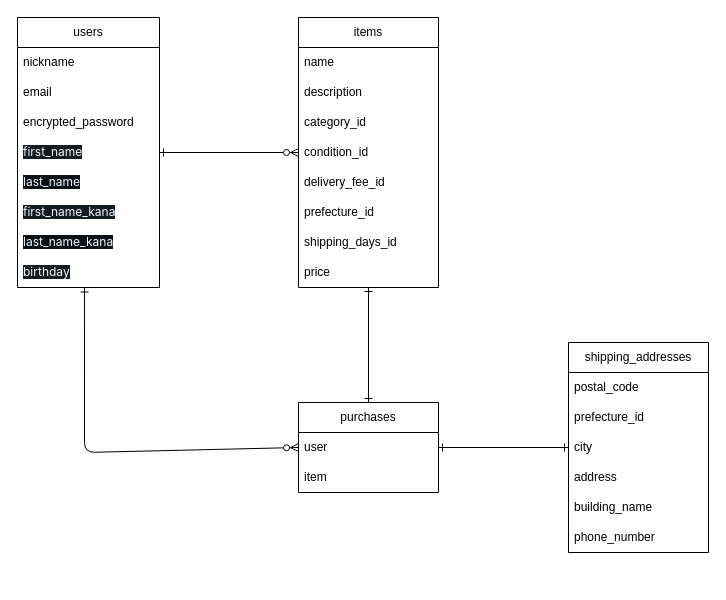
EDEN0412/furima-41959 keeps this draw.io diagram as furima.dio. Above is the earlier version. Source tidied: cells renumbered, new cells numbered last; positions are measured from the earlier drawing's top-left corner, leaving out a move shared by most shapes. Both pictures are drawn from the tidied source at 100%, with x=0, y=0 at pixel (17, 17).
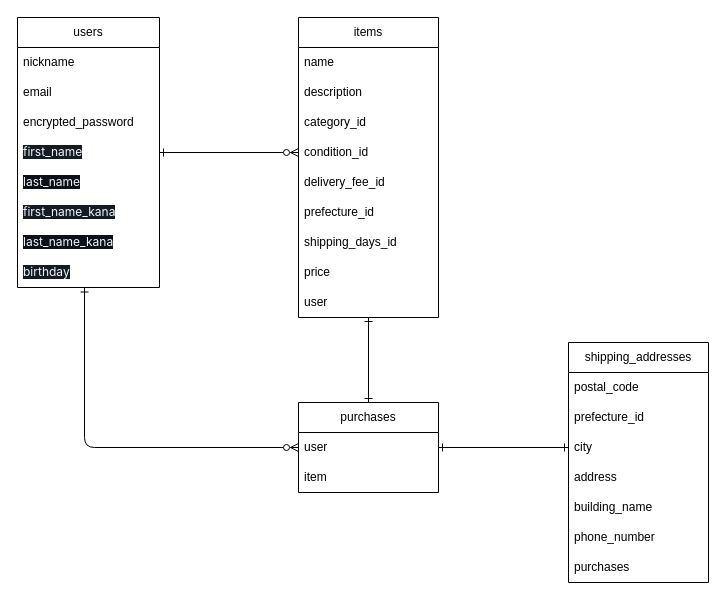
After the change.

Commit message (it also covers changes not shown here):
Update データベース設計

Unchanged cells that the change refers to:
```xml
<mxCell id="10" value="&lt;span style=&quot;color: rgb(240, 246, 252); font-family: -apple-system, &amp;quot;system-ui&amp;quot;, &amp;quot;Segoe UI&amp;quot;, &amp;quot;Noto Sans&amp;quot;, Helvetica, Arial, sans-serif, &amp;quot;Apple Color Emoji&amp;quot;, &amp;quot;Segoe UI Emoji&amp;quot;; background-color: rgb(21, 27, 35);&quot;&gt;birthday&lt;/span&gt;" style="text;strokeColor=none;fillColor=none;align=left;verticalAlign=middle;spacingLeft=4;spacingRight=4;overflow=hidden;points=[[0,0.5],[1,0.5]];portConstraint=eastwest;whiteSpace=wrap;html=1;fontSize=12;" parent="2" vertex="1">
  <mxGeometry y="240" width="142" height="30" as="geometry" />
</mxCell>
<mxCell id="19" value="price" style="text;strokeColor=none;fillColor=none;align=left;verticalAlign=middle;spacingLeft=4;spacingRight=4;overflow=hidden;points=[[0,0.5],[1,0.5]];portConstraint=eastwest;whiteSpace=wrap;html=1;fontSize=12;" parent="11" vertex="1">
  <mxGeometry y="240" width="140" height="30" as="geometry" />
</mxCell>
<mxCell id="21" value="purchases" style="swimlane;fontStyle=0;horizontal=1;startSize=30;whiteSpace=wrap;html=1;" parent="1" vertex="1">
  <mxGeometry x="281" y="385" width="140" height="90" as="geometry" />
</mxCell>
<mxCell id="22" value="user" style="text;strokeColor=none;fillColor=none;align=left;verticalAlign=middle;spacingLeft=4;spacingRight=4;overflow=hidden;points=[[0,0.5],[1,0.5]];portConstraint=eastwest;whiteSpace=wrap;html=1;" parent="21" vertex="1">
  <mxGeometry y="30" width="140" height="30" as="geometry" />
</mxCell>
```

Diff of the diagram source:
```diff
@@
     <mxCell id="11" value="items" style="swimlane;fontStyle=0;horizontal=1;startSize=30;whiteSpace=wrap;html=1;" parent="1" vertex="1">
-      <mxGeometry x="281" width="140" height="270" as="geometry" />
+      <mxGeometry x="281" width="140" height="300" as="geometry" />
     </mxCell>
@@
+    <mxCell id="34" value="user" style="text;strokeColor=none;fillColor=none;align=left;verticalAlign=middle;spacingLeft=4;spacingRight=4;overflow=hidden;points=[[0,0.5],[1,0.5]];portConstraint=eastwest;whiteSpace=wrap;html=1;fontSize=12;" parent="11" vertex="1">
+      <mxGeometry y="270" width="140" height="30" as="geometry" />
+    </mxCell>
-    <mxCell id="20" style="edgeStyle=none;html=1;exitX=0.5;exitY=0;exitDx=0;exitDy=0;fontSize=12;startArrow=ERone;startFill=0;endArrow=ERone;endFill=0;" parent="1" edge="1" source="21" target="19">
+    <mxCell id="20" style="edgeStyle=none;html=1;exitX=0.5;exitY=0;exitDx=0;exitDy=0;fontSize=12;startArrow=ERone;startFill=0;endArrow=ERone;endFill=0;entryX=0.5;entryY=1;entryDx=0;entryDy=0;entryPerimeter=0;" parent="1" edge="1" source="21" target="34">
       <mxGeometry relative="1" as="geometry" />
     </mxCell>
@@
     <mxCell id="25" value="shipping_addresses" style="swimlane;fontStyle=0;horizontal=1;startSize=30;whiteSpace=wrap;html=1;strokeColor=default;" parent="1" vertex="1">
-      <mxGeometry x="551" y="325" width="140" height="210" as="geometry" />
+      <mxGeometry x="551" y="325" width="140" height="240" as="geometry" />
     </mxCell>
@@
+    <mxCell id="35" value="&lt;span style=&quot;text-align: center;&quot;&gt;purchases&lt;/span&gt;" style="text;strokeColor=none;fillColor=none;align=left;verticalAlign=middle;spacingLeft=4;spacingRight=4;overflow=hidden;whiteSpace=wrap;html=1;fontSize=12;" parent="25" vertex="1">
+      <mxGeometry y="210" width="140" height="30" as="geometry" />
+    </mxCell>
     <mxCell id="32" style="edgeStyle=none;html=1;exitX=0.472;exitY=1.017;exitDx=0;exitDy=0;entryX=0;entryY=0.5;entryDx=0;entryDy=0;fontSize=12;startArrow=ERone;startFill=0;endArrow=ERzeroToMany;endFill=0;exitPerimeter=0;" parent="1" edge="1" source="10" target="22">
       <mxGeometry relative="1" as="geometry">
         <Array as="points">
-          <mxPoint x="67" y="435" />
+          <mxPoint x="67" y="430" />
         </Array>
       </mxGeometry>
     </mxCell>
```
